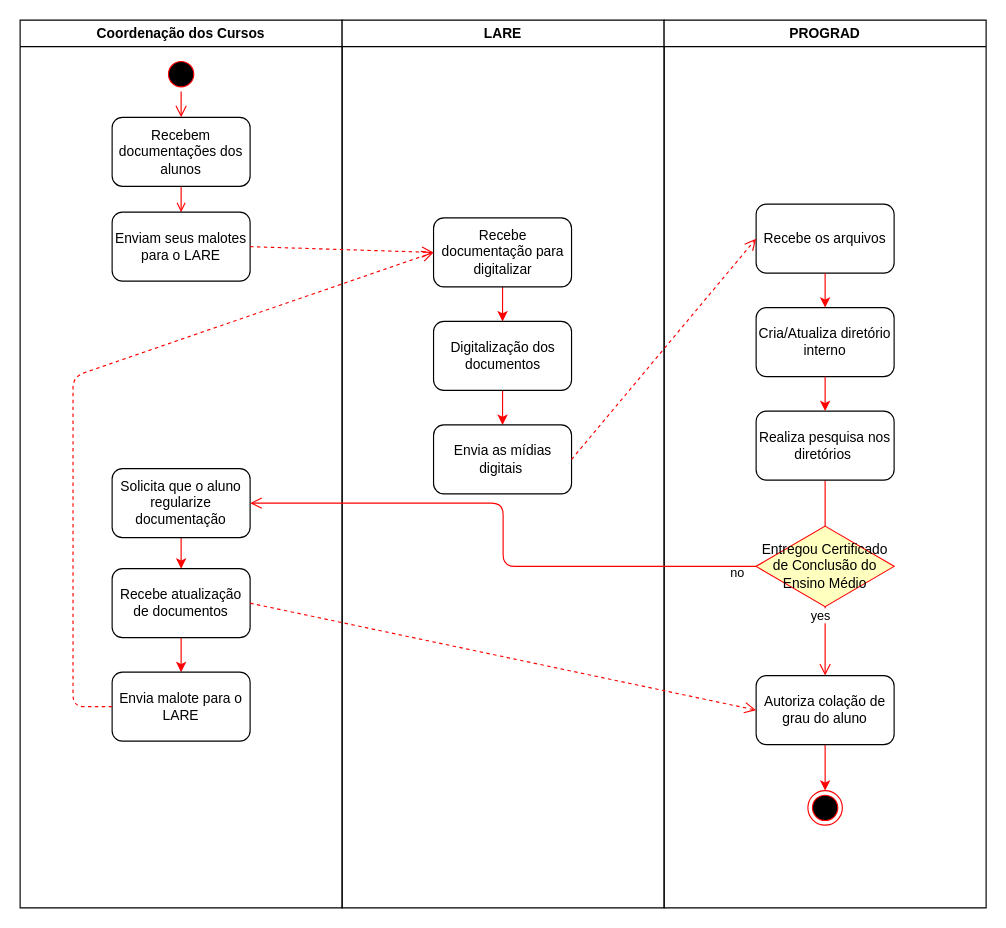
Before: tcc/Diagrama de Atividades PROGRAD.drawio in mymarol/TCC, a draw.io diagram. Source tidied: cells renumbered, new cells numbered last; positions are measured from the earlier drawing's top-left corner, leaving out a move shared by most shapes. Both pictures are drawn from the tidied source at 115%, with x=0, y=0 at pixel (20, 20).
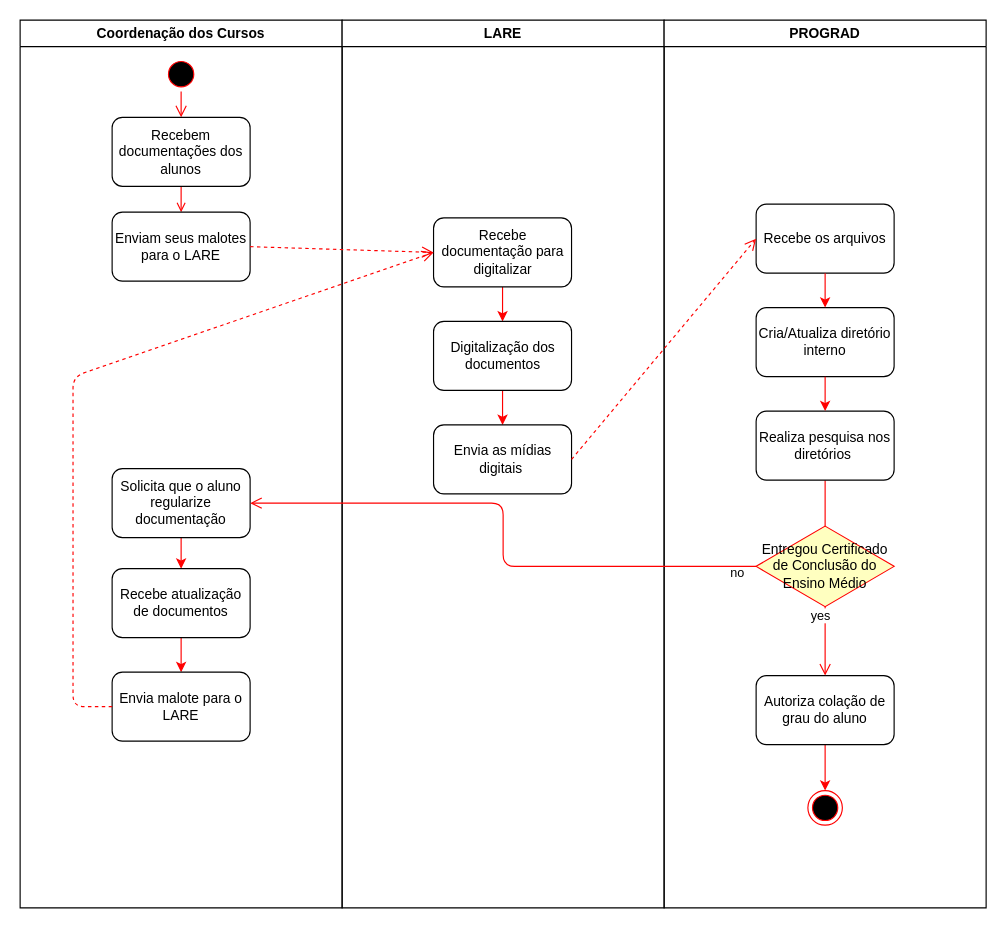
Above is the later version.

Unchanged cells that the change refers to:
```xml
<mxCell id="11" value="Recebe atualização de documentos" style="rounded=1;whiteSpace=wrap;html=1;" parent="2" vertex="1">
  <mxGeometry x="80" y="477" width="120" height="60" as="geometry" />
</mxCell>
<mxCell id="28" value="Autoriza colação de grau do aluno" style="rounded=1;whiteSpace=wrap;html=1;" parent="19" vertex="1">
  <mxGeometry x="80" y="570" width="120" height="60" as="geometry" />
</mxCell>
```

Change to the diagram source:
```diff
@@
-    <mxCell id="35" style="html=1;verticalAlign=bottom;endArrow=open;dashed=1;endSize=8;strokeColor=#FF0000;exitX=1;exitY=0.5;exitDx=0;exitDy=0;entryX=0;entryY=0.5;entryDx=0;entryDy=0;" parent="1" edge="1" source="11" target="28">
-      <mxGeometry relative="1" as="geometry" />
-    </mxCell>
```
